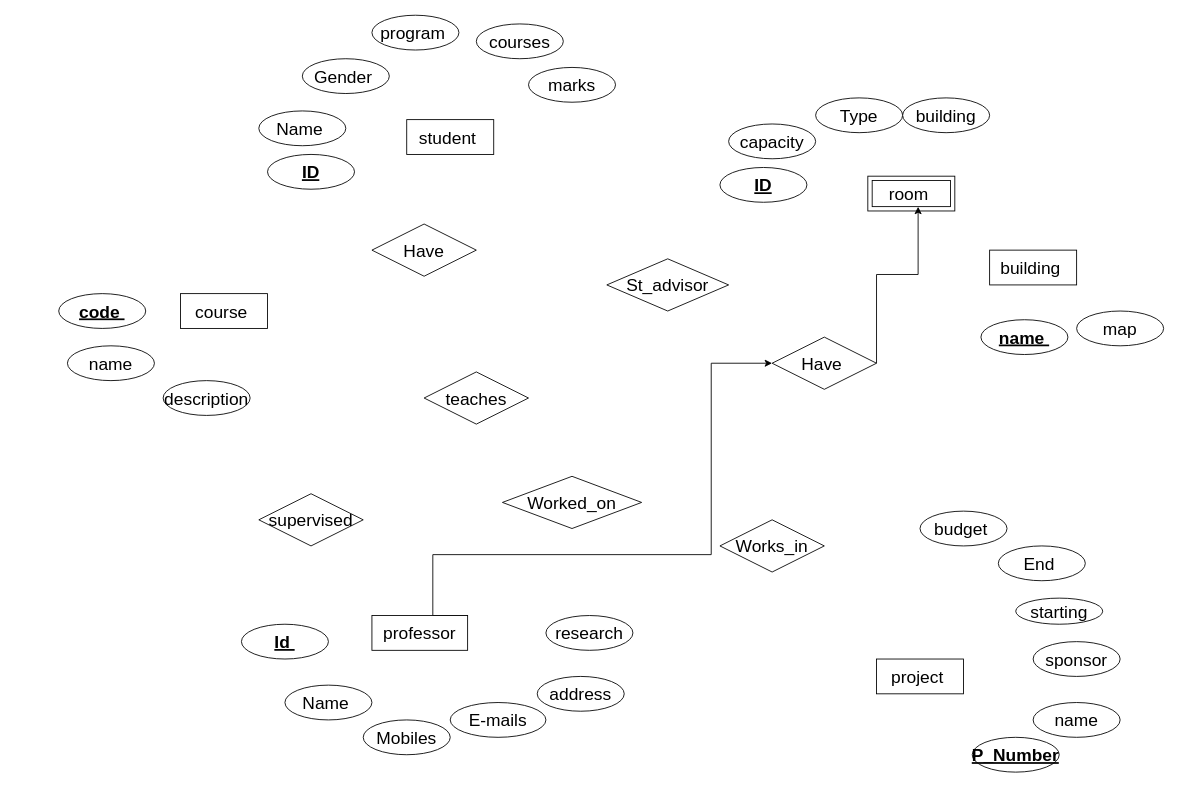
Before: Untitled Diagram.drawio in elarabyelaidy19/database_of_databases, a draw.io diagram. Source tidied: cells renumbered, new cells numbered last; positions are measured from the earlier drawing's top-left corner, leaving out a move shared by most shapes. Both pictures are drawn from the tidied source at 87%, with x=0, y=0 at pixel (58, 15).
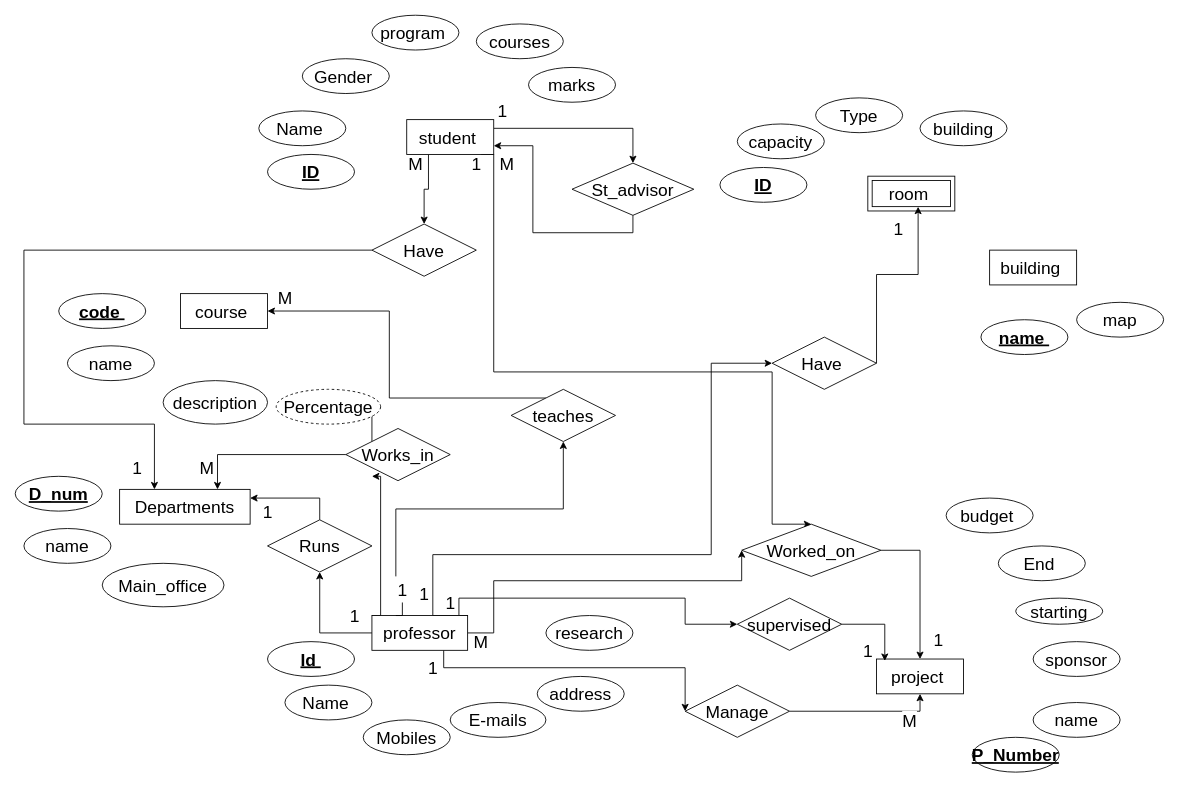
The same diagram, later.

The change refers to these unchanged cells:
```xml
<mxCell id="3" value="professor" style="whiteSpace=wrap;html=1;align=center;fontSize=20;fontStyle=0;" parent="1" vertex="1">
  <mxGeometry x="360" y="690" width="110" height="40" as="geometry" />
</mxCell>
<mxCell id="5" value="student&amp;nbsp;" style="whiteSpace=wrap;html=1;align=center;fontSize=20;fontStyle=0;" parent="1" vertex="1">
  <mxGeometry x="400" y="120" width="100" height="40" as="geometry" />
</mxCell>
<mxCell id="6" value="project&amp;nbsp;" style="whiteSpace=wrap;html=1;align=center;fontSize=20;fontStyle=0;" parent="1" vertex="1">
  <mxGeometry x="940" y="740" width="100" height="40" as="geometry" />
</mxCell>
<mxCell id="7" value="course&amp;nbsp;" style="whiteSpace=wrap;html=1;align=center;fontSize=20;fontStyle=0;" parent="1" vertex="1">
  <mxGeometry x="140" y="320" width="100" height="40" as="geometry" />
</mxCell>
<mxCell id="42" value="Have" style="shape=rhombus;perimeter=rhombusPerimeter;whiteSpace=wrap;html=1;align=center;fontSize=20;" parent="1" vertex="1">
  <mxGeometry x="360" y="240" width="120" height="60" as="geometry" />
</mxCell>
```

Diff of the diagram source:
```diff
@@
+    <mxCell id="44" style="edgeStyle=orthogonalEdgeStyle;rounded=0;jettySize=auto;html=1;exitX=0.25;exitY=0;exitDx=0;exitDy=0;fontSize=20;entryX=0.5;entryY=1;entryDx=0;entryDy=0;startArrow=none;" parent="1" edge="1" source="80" target="38">
+      <mxGeometry relative="1" as="geometry" />
+    </mxCell>
+    <mxCell id="45" style="edgeStyle=orthogonalEdgeStyle;rounded=0;jettySize=auto;html=1;exitX=1;exitY=0;exitDx=0;exitDy=0;entryX=0;entryY=0.5;entryDx=0;entryDy=0;fontSize=20;" parent="1" edge="1" source="3" target="39">
+      <mxGeometry relative="1" as="geometry">
+        <Array as="points">
+          <mxPoint x="460" y="690" />
+          <mxPoint x="460" y="670" />
+          <mxPoint x="720" y="670" />
+          <mxPoint x="720" y="700" />
+        </Array>
+      </mxGeometry>
+    </mxCell>
+    <mxCell id="46" style="edgeStyle=orthogonalEdgeStyle;rounded=0;jettySize=auto;html=1;exitX=1;exitY=0.5;exitDx=0;exitDy=0;entryX=0;entryY=0.5;entryDx=0;entryDy=0;fontSize=20;" parent="1" edge="1" source="3" target="40">
+      <mxGeometry relative="1" as="geometry">
+        <Array as="points">
+          <mxPoint x="500" y="710" />
+          <mxPoint x="500" y="650" />
+          <mxPoint x="785" y="650" />
+        </Array>
+      </mxGeometry>
+    </mxCell>
+    <mxCell id="47" style="edgeStyle=orthogonalEdgeStyle;rounded=0;jettySize=auto;html=1;exitX=0.75;exitY=1;exitDx=0;exitDy=0;entryX=0;entryY=0.5;entryDx=0;entryDy=0;fontSize=20;" parent="1" edge="1" source="3" target="70">
+      <mxGeometry relative="1" as="geometry">
+        <Array as="points">
+          <mxPoint x="442" y="750" />
+          <mxPoint x="720" y="750" />
+        </Array>
+      </mxGeometry>
+    </mxCell>
+    <mxCell id="48" style="edgeStyle=orthogonalEdgeStyle;rounded=0;jettySize=auto;html=1;exitX=0;exitY=0.5;exitDx=0;exitDy=0;entryX=0.5;entryY=1;entryDx=0;entryDy=0;fontSize=20;" parent="1" edge="1" source="3" target="77">
+      <mxGeometry relative="1" as="geometry" />
+    </mxCell>
+    <mxCell id="49" style="edgeStyle=orthogonalEdgeStyle;rounded=0;jettySize=auto;html=1;exitX=0;exitY=0;exitDx=0;exitDy=0;fontSize=20;" parent="1" edge="1" source="3">
+      <mxGeometry relative="1" as="geometry">
+        <mxPoint x="360" y="530" as="targetPoint" />
+        <Array as="points">
+          <mxPoint x="370" y="690" />
+        </Array>
+      </mxGeometry>
+    </mxCell>
@@
+    <mxCell id="50" style="edgeStyle=orthogonalEdgeStyle;rounded=0;jettySize=auto;html=1;exitX=0.75;exitY=1;exitDx=0;exitDy=0;entryX=0.5;entryY=0;entryDx=0;entryDy=0;fontSize=20;" parent="1" edge="1" source="5" target="40">
+      <mxGeometry relative="1" as="geometry">
+        <Array as="points">
+          <mxPoint x="500" y="160" />
+          <mxPoint x="500" y="410" />
+          <mxPoint x="820" y="410" />
+          <mxPoint x="820" y="585" />
+        </Array>
+      </mxGeometry>
+    </mxCell>
+    <mxCell id="51" value="1" style="edgeLabel;html=1;align=center;verticalAlign=middle;fontSize=20;" parent="50" vertex="1">
+      <mxGeometry x="-0.99" y="-9" relative="1" as="geometry" />
+    </mxCell>
+    <mxCell id="52" style="edgeStyle=orthogonalEdgeStyle;rounded=0;jettySize=auto;html=1;exitX=0.25;exitY=1;exitDx=0;exitDy=0;fontSize=20;" parent="1" edge="1" source="5" target="42">
+      <mxGeometry relative="1" as="geometry" />
+    </mxCell>
+    <mxCell id="53" style="edgeStyle=orthogonalEdgeStyle;rounded=0;jettySize=auto;html=1;exitX=1;exitY=0.25;exitDx=0;exitDy=0;entryX=0.5;entryY=0;entryDx=0;entryDy=0;fontSize=20;" parent="1" edge="1" source="5" target="43">
+      <mxGeometry relative="1" as="geometry" />
+    </mxCell>
@@
     <mxCell id="13" value="description" style="ellipse;whiteSpace=wrap;html=1;align=center;fontStyle=0;fontSize=20;" parent="1" vertex="1">
-      <mxGeometry x="120" y="420" width="100" height="40" as="geometry" />
+      <mxGeometry x="120" y="420" width="120" height="50" as="geometry" />
     </mxCell>
@@
     <mxCell id="17" value="Id&amp;nbsp;" style="ellipse;whiteSpace=wrap;html=1;align=center;fontSize=20;fontStyle=5;" parent="1" vertex="1">
-      <mxGeometry x="210" y="700" width="100" height="40" as="geometry" />
+      <mxGeometry x="240" y="720" width="100" height="40" as="geometry" />
     </mxCell>
@@
     <mxCell id="23" value="map" style="ellipse;whiteSpace=wrap;html=1;align=center;fontSize=20;" parent="1" vertex="1">
-      <mxGeometry x="1170" y="340" width="100" height="40" as="geometry" />
+      <mxGeometry x="1170" y="330" width="100" height="40" as="geometry" />
     </mxCell>
@@
     <mxCell id="30" value="budget&amp;nbsp;" style="ellipse;whiteSpace=wrap;html=1;align=center;fontSize=20;" parent="1" vertex="1">
-      <mxGeometry x="990" y="570" width="100" height="40" as="geometry" />
+      <mxGeometry x="1020" y="555" width="100" height="40" as="geometry" />
     </mxCell>
@@
     <mxCell id="32" value="building" style="ellipse;whiteSpace=wrap;html=1;align=center;fontSize=20;" parent="1" vertex="1">
-      <mxGeometry x="970" y="95" width="100" height="40" as="geometry" />
+      <mxGeometry x="990" y="110" width="100" height="40" as="geometry" />
     </mxCell>
     <mxCell id="33" value="capacity" style="ellipse;whiteSpace=wrap;html=1;align=center;fontSize=20;" parent="1" vertex="1">
-      <mxGeometry x="770" y="125" width="100" height="40" as="geometry" />
+      <mxGeometry x="780" y="125" width="100" height="40" as="geometry" />
     </mxCell>
@@
+    <mxCell id="54" style="edgeStyle=orthogonalEdgeStyle;rounded=0;jettySize=auto;html=1;entryX=1;entryY=0.5;entryDx=0;entryDy=0;fontSize=20;" parent="1" edge="1" source="38" target="7">
+      <mxGeometry relative="1" as="geometry">
+        <Array as="points">
+          <mxPoint x="380" y="440" />
+          <mxPoint x="380" y="340" />
+        </Array>
+      </mxGeometry>
+    </mxCell>
     <mxCell id="38" value="teaches" style="shape=rhombus;perimeter=rhombusPerimeter;whiteSpace=wrap;html=1;align=center;fontSize=20;" parent="1" vertex="1">
-      <mxGeometry x="420" y="410" width="120" height="60" as="geometry" />
+      <mxGeometry x="520" y="430" width="120" height="60" as="geometry" />
     </mxCell>
+    <mxCell id="55" style="edgeStyle=orthogonalEdgeStyle;rounded=0;jettySize=auto;html=1;exitX=1;exitY=0.5;exitDx=0;exitDy=0;entryX=0.095;entryY=0.055;entryDx=0;entryDy=0;entryPerimeter=0;fontSize=20;" parent="1" edge="1" source="39" target="6">
+      <mxGeometry relative="1" as="geometry" />
+    </mxCell>
     <mxCell id="39" value="supervised" style="shape=rhombus;perimeter=rhombusPerimeter;whiteSpace=wrap;html=1;align=center;fontSize=20;" parent="1" vertex="1">
-      <mxGeometry x="230" y="550" width="120" height="60" as="geometry" />
+      <mxGeometry x="780" y="670" width="120" height="60" as="geometry" />
     </mxCell>
+    <mxCell id="56" style="edgeStyle=orthogonalEdgeStyle;rounded=0;jettySize=auto;html=1;exitX=1;exitY=0.5;exitDx=0;exitDy=0;entryX=0.5;entryY=0;entryDx=0;entryDy=0;fontSize=20;" parent="1" edge="1" source="40" target="6">
+      <mxGeometry relative="1" as="geometry" />
+    </mxCell>
+    <mxCell id="57" value="1" style="edgeLabel;html=1;align=center;verticalAlign=middle;fontSize=20;" parent="56" vertex="1">
+      <mxGeometry x="0.72" y="20" relative="1" as="geometry" />
+    </mxCell>
     <mxCell id="40" value="Worked_on" style="shape=rhombus;perimeter=rhombusPerimeter;whiteSpace=wrap;html=1;align=center;fontSize=20;" parent="1" vertex="1">
-      <mxGeometry x="510" y="530" width="160" height="60" as="geometry" />
+      <mxGeometry x="785" y="585" width="160" height="60" as="geometry" />
     </mxCell>
+    <mxCell id="58" style="edgeStyle=orthogonalEdgeStyle;rounded=0;jettySize=auto;html=1;entryX=0.75;entryY=0;entryDx=0;entryDy=0;fontSize=20;" parent="1" edge="1" source="41" target="71">
+      <mxGeometry relative="1" as="geometry" />
+    </mxCell>
+    <mxCell id="59" style="edgeStyle=orthogonalEdgeStyle;rounded=0;jettySize=auto;html=1;exitX=0;exitY=0;exitDx=0;exitDy=0;entryX=0.5;entryY=1;entryDx=0;entryDy=0;fontSize=20;" parent="1" edge="1" source="41" target="83">
+      <mxGeometry relative="1" as="geometry" />
+    </mxCell>
     <mxCell id="41" value="Works_in" style="shape=rhombus;perimeter=rhombusPerimeter;whiteSpace=wrap;html=1;align=center;fontSize=20;" parent="1" vertex="1">
-      <mxGeometry x="760" y="580" width="120" height="60" as="geometry" />
+      <mxGeometry x="330" y="475" width="120" height="60" as="geometry" />
     </mxCell>
+    <mxCell id="60" style="edgeStyle=orthogonalEdgeStyle;rounded=0;jettySize=auto;html=1;exitX=0;exitY=0.5;exitDx=0;exitDy=0;fontSize=20;" parent="1" edge="1" source="42" target="71">
+      <mxGeometry relative="1" as="geometry">
+        <Array as="points">
+          <mxPoint x="-40" y="270" />
+          <mxPoint x="-40" y="470" />
+          <mxPoint x="110" y="470" />
+        </Array>
+      </mxGeometry>
+    </mxCell>
@@
+    <mxCell id="61" style="edgeStyle=orthogonalEdgeStyle;rounded=0;jettySize=auto;html=1;exitX=0.5;exitY=1;exitDx=0;exitDy=0;entryX=1;entryY=0.75;entryDx=0;entryDy=0;fontSize=20;" parent="1" edge="1" source="43" target="5">
+      <mxGeometry relative="1" as="geometry" />
+    </mxCell>
     <mxCell id="43" value="St_advisor" style="shape=rhombus;perimeter=rhombusPerimeter;whiteSpace=wrap;html=1;align=center;fontSize=20;" parent="1" vertex="1">
-      <mxGeometry x="630" y="280" width="140" height="60" as="geometry" />
+      <mxGeometry x="590" y="170" width="140" height="60" as="geometry" />
     </mxCell>
+    <mxCell id="62" value="1" style="text;html=1;align=center;verticalAlign=middle;strokeColor=none;fontSize=20;" parent="1" vertex="1">
+      <mxGeometry x="950" y="230" width="30" height="30" as="geometry" />
+    </mxCell>
+    <mxCell id="63" value="1" style="text;html=1;align=center;verticalAlign=middle;strokeColor=none;fontSize=20;" parent="1" vertex="1">
+      <mxGeometry x="405" y="650" width="30" height="30" as="geometry" />
+    </mxCell>
+    <mxCell id="64" value="M" style="text;html=1;align=center;verticalAlign=middle;strokeColor=none;fontSize=20;" parent="1" vertex="1">
+      <mxGeometry x="245" y="310" width="30" height="30" as="geometry" />
+    </mxCell>
+    <mxCell id="65" value="1" style="text;html=1;align=center;verticalAlign=middle;strokeColor=none;fontSize=20;" parent="1" vertex="1">
+      <mxGeometry x="435" y="660" width="30" height="30" as="geometry" />
+    </mxCell>
+    <mxCell id="66" value="1" style="text;html=1;align=center;verticalAlign=middle;strokeColor=none;fontSize=20;" parent="1" vertex="1">
+      <mxGeometry x="915" y="715" width="30" height="30" as="geometry" />
+    </mxCell>
+    <mxCell id="67" value="M" style="text;html=1;align=center;verticalAlign=middle;strokeColor=none;fontSize=20;" parent="1" vertex="1">
+      <mxGeometry x="470" y="705" width="30" height="30" as="geometry" />
+    </mxCell>
+    <mxCell id="68" style="edgeStyle=orthogonalEdgeStyle;rounded=0;jettySize=auto;html=1;exitX=1;exitY=0.5;exitDx=0;exitDy=0;entryX=0.5;entryY=1;entryDx=0;entryDy=0;fontSize=20;" parent="1" edge="1" source="70" target="6">
+      <mxGeometry relative="1" as="geometry" />
+    </mxCell>
+    <mxCell id="69" value="M" style="edgeLabel;html=1;align=center;verticalAlign=middle;fontSize=20;" parent="68" vertex="1">
+      <mxGeometry x="0.61" y="-10" relative="1" as="geometry" />
+    </mxCell>
+    <mxCell id="70" value="Manage" style="shape=rhombus;perimeter=rhombusPerimeter;whiteSpace=wrap;html=1;align=center;fontSize=20;" parent="1" vertex="1">
+      <mxGeometry x="720" y="770" width="120" height="60" as="geometry" />
+    </mxCell>
+    <mxCell id="71" value="Departments" style="whiteSpace=wrap;html=1;align=center;fontSize=20;fontStyle=0;" parent="1" vertex="1">
+      <mxGeometry x="70" y="545" width="150" height="40" as="geometry" />
+    </mxCell>
+    <mxCell id="72" value="Main_office" style="ellipse;whiteSpace=wrap;html=1;align=center;fontStyle=0;fontSize=20;" parent="1" vertex="1">
+      <mxGeometry x="50" y="630" width="140" height="50" as="geometry" />
+    </mxCell>
+    <mxCell id="73" value="D_num" style="ellipse;whiteSpace=wrap;html=1;align=center;fontStyle=5;fontSize=20;" parent="1" vertex="1">
+      <mxGeometry x="-50" y="530" width="100" height="40" as="geometry" />
+    </mxCell>
+    <mxCell id="74" value="name" style="ellipse;whiteSpace=wrap;html=1;align=center;fontStyle=0;fontSize=20;" parent="1" vertex="1">
+      <mxGeometry x="-40" y="590" width="100" height="40" as="geometry" />
+    </mxCell>
+    <mxCell id="75" value="1" style="text;html=1;align=center;verticalAlign=middle;strokeColor=none;fontSize=20;" parent="1" vertex="1">
+      <mxGeometry x="415" y="735" width="30" height="30" as="geometry" />
+    </mxCell>
+    <mxCell id="76" style="edgeStyle=orthogonalEdgeStyle;rounded=0;jettySize=auto;html=1;exitX=0.5;exitY=0;exitDx=0;exitDy=0;entryX=1;entryY=0.25;entryDx=0;entryDy=0;fontSize=20;" parent="1" edge="1" source="77" target="71">
+      <mxGeometry relative="1" as="geometry" />
+    </mxCell>
+    <mxCell id="77" value="Runs" style="shape=rhombus;perimeter=rhombusPerimeter;whiteSpace=wrap;html=1;align=center;fontSize=20;" parent="1" vertex="1">
+      <mxGeometry x="240" y="580" width="120" height="60" as="geometry" />
+    </mxCell>
+    <mxCell id="78" value="1" style="text;html=1;align=center;verticalAlign=middle;strokeColor=none;fontSize=20;" parent="1" vertex="1">
+      <mxGeometry x="325" y="675" width="30" height="30" as="geometry" />
+    </mxCell>
+    <mxCell id="79" value="1" style="text;html=1;align=center;verticalAlign=middle;strokeColor=none;fontSize=20;" parent="1" vertex="1">
+      <mxGeometry x="225" y="555" width="30" height="30" as="geometry" />
+    </mxCell>
+    <mxCell id="80" value="1" style="text;html=1;align=center;verticalAlign=middle;points=[];strokeColor=none;fontSize=20;" parent="1" vertex="1">
+      <mxGeometry x="380" y="645" width="30" height="30" as="geometry" />
+    </mxCell>
+    <mxCell id="81" style="edgeStyle=orthogonalEdgeStyle;rounded=0;jettySize=auto;html=1;exitX=0.25;exitY=0;exitDx=0;exitDy=0;fontSize=20;entryX=0.5;entryY=1;entryDx=0;entryDy=0;endArrow=none;" parent="1" edge="1" source="3" target="80">
+      <mxGeometry relative="1" as="geometry" />
+    </mxCell>
+    <mxCell id="82" value="M" style="text;html=1;align=center;verticalAlign=middle;strokeColor=none;fontSize=20;" parent="1" vertex="1">
+      <mxGeometry x="155" y="505" width="30" height="30" as="geometry" />
+    </mxCell>
+    <mxCell id="83" value="Percentage" style="ellipse;whiteSpace=wrap;html=1;align=center;dashed=1;fontSize=20;" parent="1" vertex="1">
+      <mxGeometry x="250" y="430" width="120" height="40" as="geometry" />
+    </mxCell>
+    <mxCell id="84" value="1" style="text;html=1;align=center;verticalAlign=middle;strokeColor=none;fontSize=20;" parent="1" vertex="1">
+      <mxGeometry x="75" y="505" width="30" height="30" as="geometry" />
+    </mxCell>
+    <mxCell id="85" value="M" style="text;html=1;align=center;verticalAlign=middle;strokeColor=none;fontSize=20;" parent="1" vertex="1">
+      <mxGeometry x="395" y="155" width="30" height="30" as="geometry" />
+    </mxCell>
+    <mxCell id="86" value="1" style="text;html=1;align=center;verticalAlign=middle;strokeColor=none;fontSize=20;" parent="1" vertex="1">
+      <mxGeometry x="495" y="95" width="30" height="30" as="geometry" />
+    </mxCell>
+    <mxCell id="87" value="M" style="text;html=1;align=center;verticalAlign=middle;strokeColor=none;fontSize=20;" parent="1" vertex="1">
+      <mxGeometry x="500" y="155" width="30" height="30" as="geometry" />
+    </mxCell>
```
